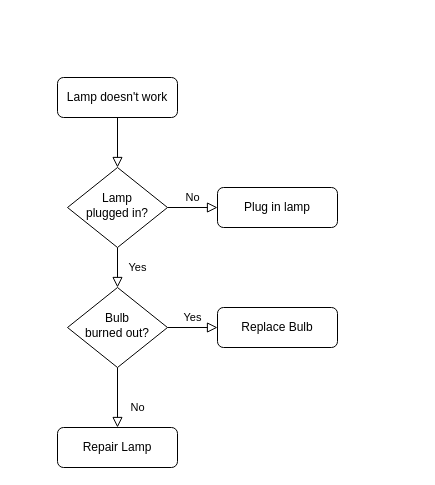
Before: 111111.drawio in Super-YYQ/draw.io, a draw.io diagram. Source tidied: cells renumbered, new cells numbered last; positions are measured from the earlier drawing's top-left corner, leaving out a move shared by most shapes. Both pictures are drawn from the tidied source at 100%, with x=0, y=0 at pixel (57, 77).
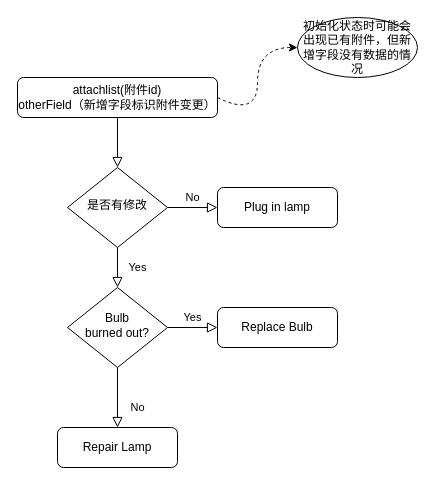
The same page after the edit.

Diff of the diagram source:
```diff
@@
 <mxGraphModel>
   <root>
     <mxCell id="0" />
     <mxCell id="1" parent="0" />
     <mxCell id="2" style="rounded=0;html=1;jettySize=auto;fontSize=11;endArrow=block;endFill=0;endSize=8;strokeWidth=1;shadow=0;labelBackgroundColor=none;edgeStyle=orthogonalEdgeStyle;" parent="1" edge="1" source="3" target="6">
       <mxGeometry relative="1" as="geometry" />
     </mxCell>
-    <mxCell id="3" value="Lamp doesn't work" style="rounded=1;whiteSpace=wrap;html=1;fontSize=12;glass=0;strokeWidth=1;shadow=0;" parent="1" vertex="1">
-      <mxGeometry width="120" height="40" as="geometry" />
+    <mxCell id="3" value="attachlist(附件id)&lt;br&gt;otherField（新增字段标识附件变更）" style="rounded=1;whiteSpace=wrap;html=1;fontSize=12;glass=0;strokeWidth=1;shadow=0;" parent="1" vertex="1">
+      <mxGeometry x="-40" width="200" height="40" as="geometry" />
     </mxCell>
     <mxCell id="4" value="Yes" style="rounded=0;html=1;jettySize=auto;fontSize=11;endArrow=block;endFill=0;endSize=8;strokeWidth=1;shadow=0;labelBackgroundColor=none;edgeStyle=orthogonalEdgeStyle;" parent="1" edge="1" source="6" target="10">
       <mxGeometry y="20" relative="1" as="geometry" />
     </mxCell>
     <mxCell id="5" value="No" style="edgeStyle=orthogonalEdgeStyle;rounded=0;html=1;jettySize=auto;fontSize=11;endArrow=block;endFill=0;endSize=8;strokeWidth=1;shadow=0;labelBackgroundColor=none;" parent="1" edge="1" source="6" target="7">
       <mxGeometry y="10" relative="1" as="geometry" />
     </mxCell>
-    <mxCell id="6" value="Lamp&lt;br&gt;plugged in?" style="rhombus;whiteSpace=wrap;html=1;shadow=0;fontFamily=Helvetica;fontSize=12;align=center;strokeWidth=1;spacing=6;spacingTop=-4;" parent="1" vertex="1">
+    <mxCell id="6" value="是否有修改" style="rhombus;whiteSpace=wrap;html=1;shadow=0;fontFamily=Helvetica;fontSize=12;align=center;strokeWidth=1;spacing=6;spacingTop=-4;" parent="1" vertex="1">
       <mxGeometry x="10" y="90" width="100" height="80" as="geometry" />
     </mxCell>
     <mxCell id="7" value="Plug in lamp" style="rounded=1;whiteSpace=wrap;html=1;fontSize=12;glass=0;strokeWidth=1;shadow=0;" parent="1" vertex="1">
       <mxGeometry x="160" y="110" width="120" height="40" as="geometry" />
     </mxCell>
     <mxCell id="8" value="No" style="rounded=0;html=1;jettySize=auto;fontSize=11;endArrow=block;endFill=0;endSize=8;strokeWidth=1;shadow=0;labelBackgroundColor=none;edgeStyle=orthogonalEdgeStyle;" parent="1" edge="1" source="10" target="11">
       <mxGeometry x="0.33" y="20" relative="1" as="geometry" />
     </mxCell>
     <mxCell id="9" value="Yes" style="edgeStyle=orthogonalEdgeStyle;rounded=0;html=1;jettySize=auto;fontSize=11;endArrow=block;endFill=0;endSize=8;strokeWidth=1;shadow=0;labelBackgroundColor=none;" parent="1" edge="1" source="10" target="12">
       <mxGeometry y="10" relative="1" as="geometry" />
     </mxCell>
     <mxCell id="10" value="Bulb&lt;br&gt;burned out?" style="rhombus;whiteSpace=wrap;html=1;shadow=0;fontFamily=Helvetica;fontSize=12;align=center;strokeWidth=1;spacing=6;spacingTop=-4;" parent="1" vertex="1">
       <mxGeometry x="10" y="210" width="100" height="80" as="geometry" />
     </mxCell>
     <mxCell id="11" value="Repair Lamp" style="rounded=1;whiteSpace=wrap;html=1;fontSize=12;glass=0;strokeWidth=1;shadow=0;" parent="1" vertex="1">
       <mxGeometry y="350" width="120" height="40" as="geometry" />
     </mxCell>
     <mxCell id="12" value="Replace Bulb" style="rounded=1;whiteSpace=wrap;html=1;fontSize=12;glass=0;strokeWidth=1;shadow=0;" parent="1" vertex="1">
       <mxGeometry x="160" y="230" width="120" height="40" as="geometry" />
     </mxCell>
+    <mxCell id="13" value="初始化状态时可能会出现已有附件，但新增字段没有数据的情况" style="ellipse;whiteSpace=wrap;html=1;rounded=1;glass=0;strokeWidth=1;shadow=0;" parent="1" vertex="1">
+      <mxGeometry x="240" y="-60" width="120" height="60" as="geometry" />
+    </mxCell>
+    <mxCell id="14" style="curved=1;endArrow=classic;html=1;rounded=0;dashed=1;exitX=1;exitY=0.5;exitDx=0;exitDy=0;entryX=0;entryY=0.5;entryDx=0;entryDy=0;" parent="1" edge="1" source="3" target="13">
+      <mxGeometry relative="1" as="geometry">
+        <Array as="points">
+          <mxPoint x="200" y="40" />
+          <mxPoint x="200" y="-30" />
+        </Array>
+      </mxGeometry>
+    </mxCell>
   </root>
 </mxGraphModel>
```
